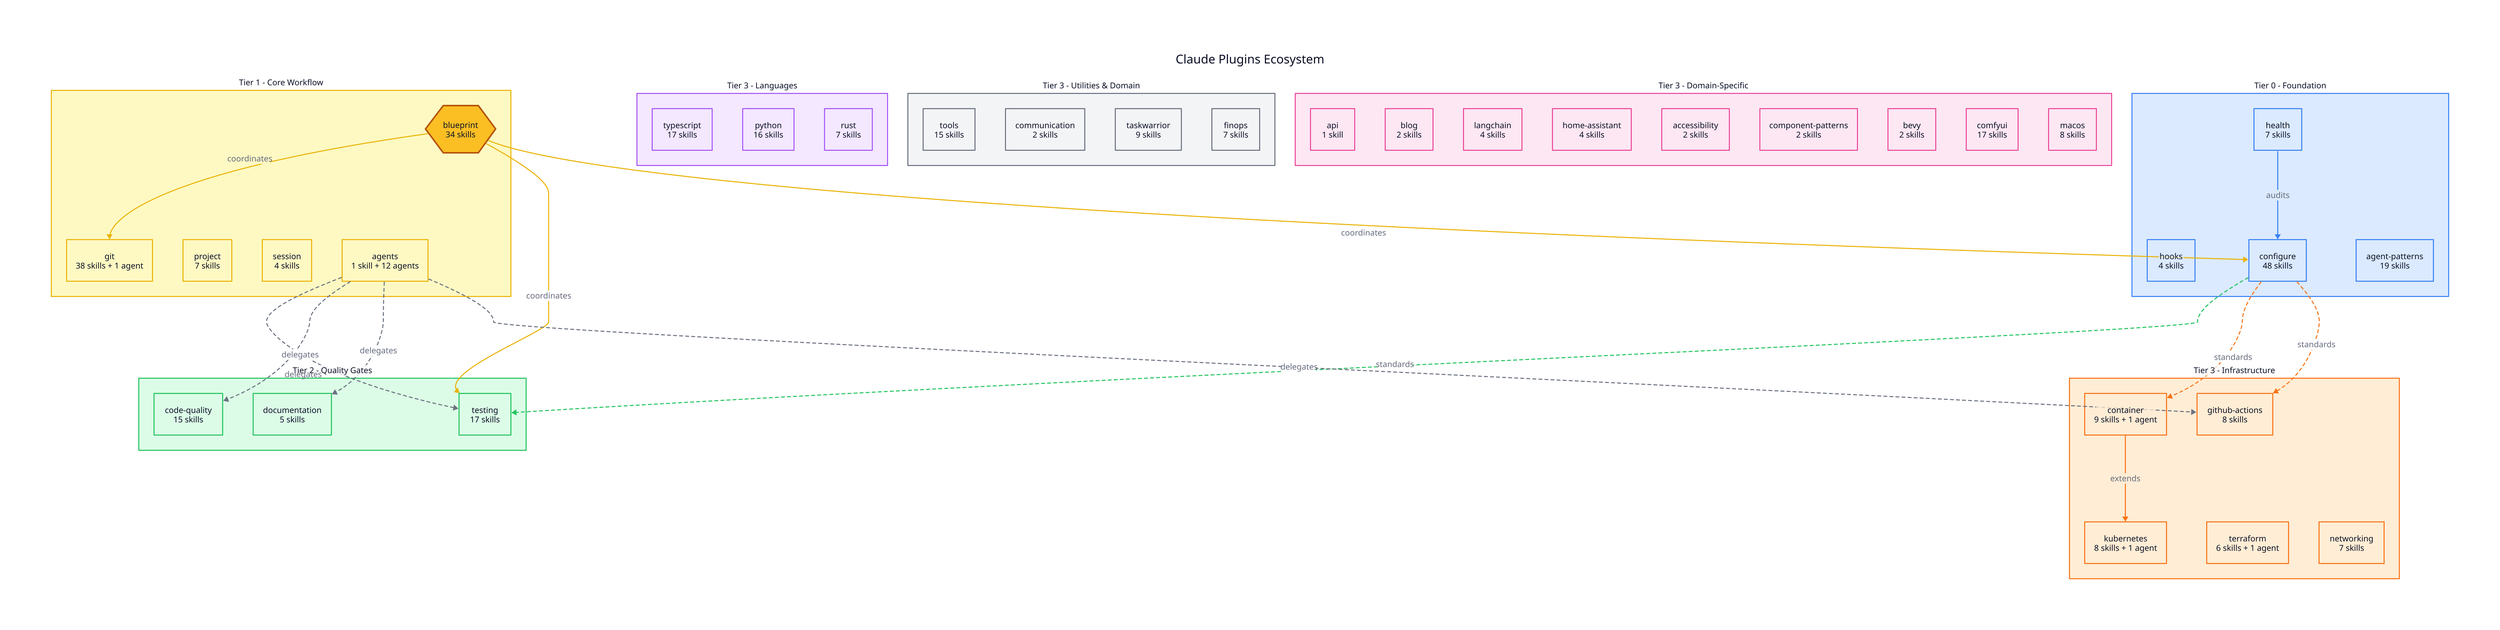
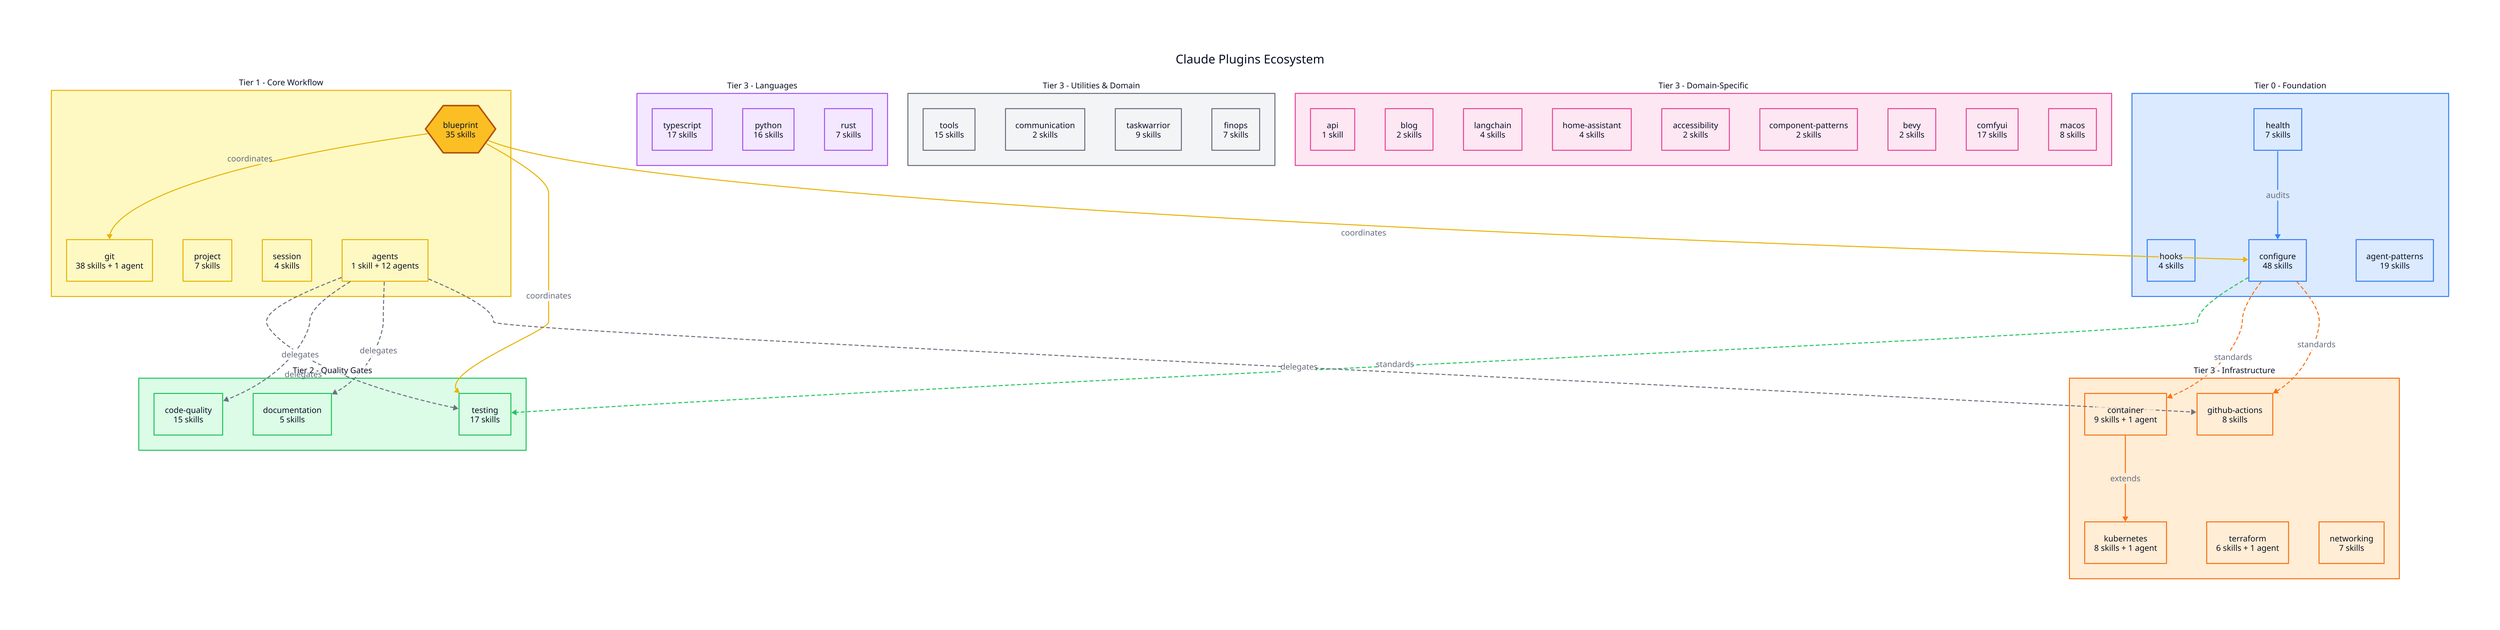
direction: down

title: "Claude Plugins Ecosystem" {
  near: top-center
  shape: text
  style: {
    font-size: 24
    bold: true
  }
}

# === CLASSES ===
classes: {
  foundation: {
    style.fill: "#dbeafe"
    style.stroke: "#3b82f6"
  }
  core: {
    style.fill: "#fef9c3"
    style.stroke: "#eab308"
  }
  quality: {
    style.fill: "#dcfce7"
    style.stroke: "#22c55e"
  }
  language: {
    style.fill: "#f3e8ff"
    style.stroke: "#a855f7"
  }
  infra: {
    style.fill: "#ffedd5"
    style.stroke: "#f97316"
  }
  utility: {
    style.fill: "#f3f4f6"
    style.stroke: "#6b7280"
  }
  domain: {
    style.fill: "#fce7f3"
    style.stroke: "#ec4899"
  }
}

# === TIER 0: FOUNDATION ===
foundation: {
  label: "Tier 0 - Foundation"
  class: foundation
  style.font-size: 16
  style.bold: true

  health: {
    label: "health\n7 skills"
    shape: rectangle
    class: foundation
  }
  hooks: {
    label: "hooks\n4 skills"
    shape: rectangle
    class: foundation
  }
  configure: {
    label: "configure\n48 skills"
    shape: rectangle
    class: foundation
  }
  agent-patterns: {
    label: "agent-patterns\n19 skills"
    shape: rectangle
    class: foundation
  }
}

# === TIER 1: CORE WORKFLOW ===
core: {
  label: "Tier 1 - Core Workflow"
  class: core
  style.font-size: 16
  style.bold: true

  blueprint: {
-     label: "blueprint\n34 skills"
+     label: "blueprint\n35 skills"
    shape: hexagon
    style.fill: "#fbbf24"
    style.stroke: "#b45309"
    style.stroke-width: 3
  }
  git: {
    label: "git\n38 skills + 1 agent"
    shape: rectangle
    class: core
  }
  project: {
    label: "project\n7 skills"
    shape: rectangle
    class: core
  }
  session: {
    label: "session\n4 skills"
    shape: rectangle
    class: core
  }
  agents: {
    label: "agents\n1 skill + 12 agents"
    shape: rectangle
    class: core
  }
}

# === TIER 2: QUALITY GATES ===
quality: {
  label: "Tier 2 - Quality Gates"
  class: quality
  style.font-size: 16
  style.bold: true

  testing: {
    label: "testing\n17 skills"
    shape: rectangle
    class: quality
  }
  code-quality: {
    label: "code-quality\n15 skills"
    shape: rectangle
    class: quality
  }
  documentation: {
    label: "documentation\n5 skills"
    shape: rectangle
    class: quality
  }
}

# === TIER 3: LANGUAGE ===
language: {
  label: "Tier 3 - Languages"
  class: language
  style.font-size: 16
  style.bold: true

  typescript: {
    label: "typescript\n17 skills"
    shape: rectangle
    class: language
  }
  python: {
    label: "python\n16 skills"
    shape: rectangle
    class: language
  }
  rust: {
    label: "rust\n7 skills"
    shape: rectangle
    class: language
  }
}

# === TIER 3: INFRASTRUCTURE ===
infra: {
  label: "Tier 3 - Infrastructure"
  class: infra
  style.font-size: 16
  style.bold: true

  container: {
    label: "container\n9 skills + 1 agent"
    shape: rectangle
    class: infra
  }
  kubernetes: {
    label: "kubernetes\n8 skills + 1 agent"
    shape: rectangle
    class: infra
  }
  terraform: {
    label: "terraform\n6 skills + 1 agent"
    shape: rectangle
    class: infra
  }
  github-actions: {
    label: "github-actions\n8 skills"
    shape: rectangle
    class: infra
  }
  networking: {
    label: "networking\n7 skills"
    shape: rectangle
    class: infra
  }
}

# === TIER 3: UTILITIES & DOMAIN ===
utilities: {
  label: "Tier 3 - Utilities & Domain"
  class: utility
  style.font-size: 16
  style.bold: true

  tools: {
    label: "tools\n15 skills"
    shape: rectangle
    class: utility
  }
  communication: {
    label: "communication\n2 skills"
    shape: rectangle
    class: utility
  }
  taskwarrior: {
    label: "taskwarrior\n9 skills"
    shape: rectangle
    class: utility
  }
  finops: {
    label: "finops\n7 skills"
    shape: rectangle
    class: utility
  }
}

domain: {
  label: "Tier 3 - Domain-Specific"
  class: domain
  style.font-size: 16
  style.bold: true

  api: {
    label: "api\n1 skill"
    shape: rectangle
    class: domain
  }
  blog: {
    label: "blog\n2 skills"
    shape: rectangle
    class: domain
  }
  langchain: {
    label: "langchain\n4 skills"
    shape: rectangle
    class: domain
  }
  home-assistant: {
    label: "home-assistant\n4 skills"
    shape: rectangle
    class: domain
  }
  accessibility: {
    label: "accessibility\n2 skills"
    shape: rectangle
    class: domain
  }
  component-patterns: {
    label: "component-patterns\n2 skills"
    shape: rectangle
    class: domain
  }
  bevy: {
    label: "bevy\n2 skills"
    shape: rectangle
    class: domain
  }
  comfyui: {
    label: "comfyui\n17 skills"
    shape: rectangle
    class: domain
  }
  macos: {
    label: "macos\n8 skills"
    shape: rectangle
    class: domain
  }
}

# === RELATIONSHIPS ===

# Foundation flows
foundation.health -> foundation.configure: "audits" {
  style.stroke: "#3b82f6"
}

# Configure provides standards for
foundation.configure -> quality.testing: "standards" {
  style.stroke: "#22c55e"
  style.stroke-dash: 3
}
foundation.configure -> infra.container: "standards" {
  style.stroke: "#f97316"
  style.stroke-dash: 3
}
foundation.configure -> infra.github-actions: "standards" {
  style.stroke: "#f97316"
  style.stroke-dash: 3
}

# Blueprint coordinates
core.blueprint -> core.git: "coordinates" {
  style.stroke: "#eab308"
}
core.blueprint -> quality.testing: "coordinates" {
  style.stroke: "#eab308"
}
core.blueprint -> foundation.configure: "coordinates" {
  style.stroke: "#eab308"
}

# Agents delegate to
core.agents -> quality.testing: "delegates" {
  style.stroke: "#6b7280"
  style.stroke-dash: 3
}
core.agents -> quality.code-quality: "delegates" {
  style.stroke: "#6b7280"
  style.stroke-dash: 3
}
core.agents -> quality.documentation: "delegates" {
  style.stroke: "#6b7280"
  style.stroke-dash: 3
}
core.agents -> infra.github-actions: "delegates" {
  style.stroke: "#6b7280"
  style.stroke-dash: 3
}

# Infrastructure extends
infra.container -> infra.kubernetes: "extends" {
  style.stroke: "#f97316"
}
